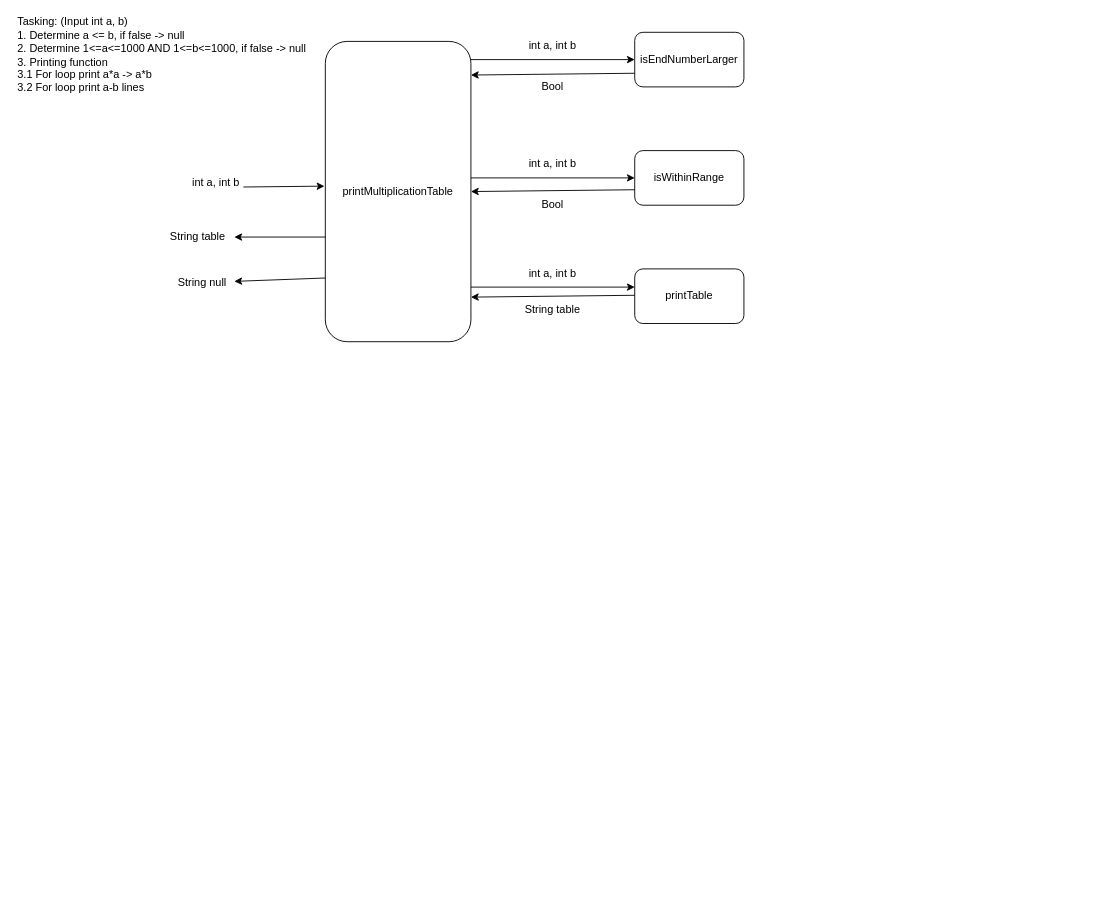
Earlier version of the draw.io diagram n*n.drawio (tommy200401/Java_ConceptMap). Source tidied: cells renumbered, new cells numbered last; positions are measured from the earlier drawing's top-left corner, leaving out a move shared by most shapes. Both pictures are drawn from the tidied source at 91%, with x=0, y=0 at pixel (15, 32).
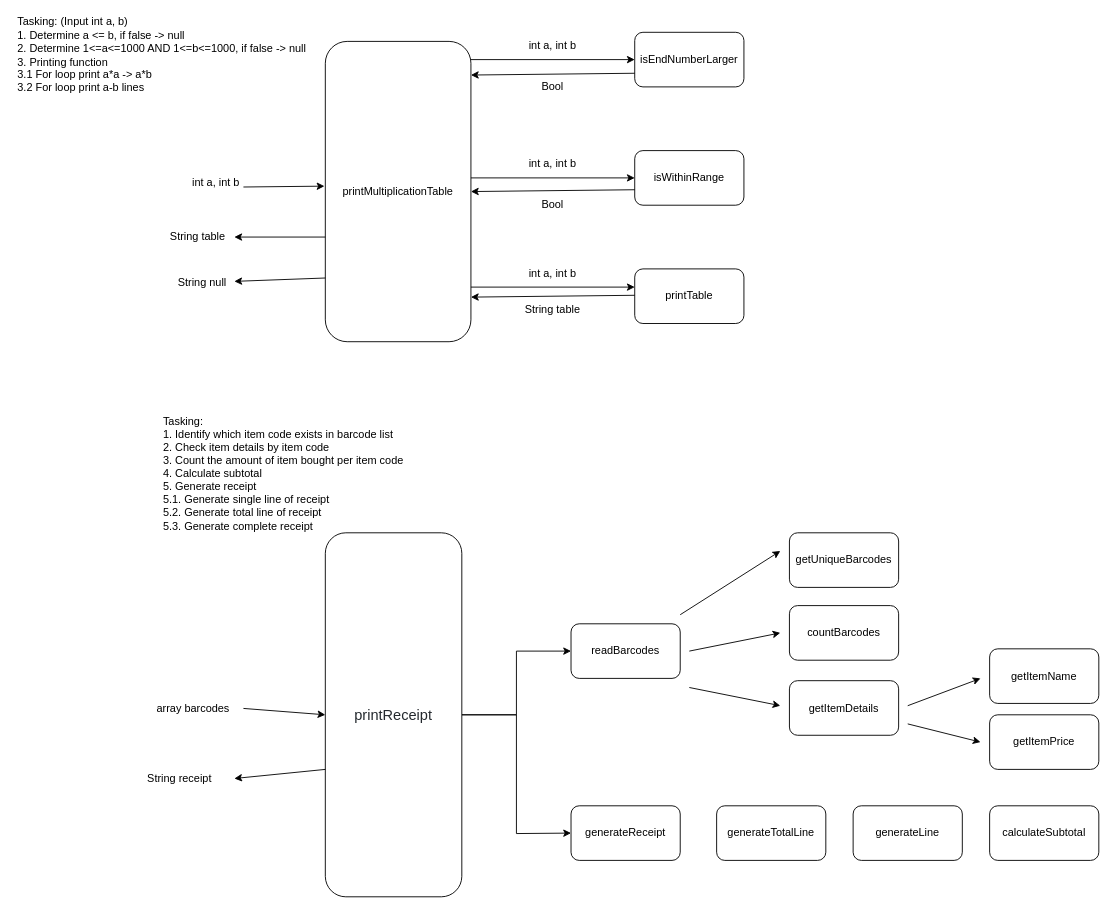
Above is the later version.

What changed in the source:
```diff
@@
+    <mxCell id="25" style="edgeStyle=orthogonalEdgeStyle;rounded=0;jettySize=auto;html=1;entryX=0;entryY=0.5;entryDx=0;entryDy=0;" parent="1" edge="1" source="27" target="31">
+      <mxGeometry relative="1" as="geometry" />
+    </mxCell>
+    <mxCell id="26" style="edgeStyle=orthogonalEdgeStyle;rounded=0;jettySize=auto;html=1;" parent="1" edge="1" source="27">
+      <mxGeometry relative="1" as="geometry">
+        <mxPoint x="610" y="880" as="targetPoint" />
+      </mxGeometry>
+    </mxCell>
+    <mxCell id="27" value="&lt;span style=&quot;color: rgb(36 , 41 , 46) ; font-family: , , &amp;#34;segoe ui&amp;#34; , &amp;#34;helvetica&amp;#34; , &amp;#34;arial&amp;#34; , sans-serif , &amp;#34;apple color emoji&amp;#34; , &amp;#34;segoe ui emoji&amp;#34; , &amp;#34;segoe ui symbol&amp;#34; ; font-size: 16px ; background-color: rgb(255 , 255 , 255)&quot;&gt;printReceipt&lt;/span&gt;" style="rounded=1;whiteSpace=wrap;html=1;align=center;" parent="1" vertex="1">
+      <mxGeometry x="340" y="550" width="150" height="400" as="geometry" />
+    </mxCell>
+    <mxCell id="28" style="endArrow=classic;html=1;rounded=0;entryX=0;entryY=0.5;entryDx=0;entryDy=0;" parent="1" edge="1" target="27">
+      <mxGeometry relative="1" as="geometry">
+        <mxPoint x="250" y="743" as="sourcePoint" />
+      </mxGeometry>
+    </mxCell>
+    <mxCell id="29" value="array barcodes" style="text;html=1;strokeColor=none;fillColor=none;align=center;verticalAlign=middle;whiteSpace=wrap;rounded=0;" parent="1" vertex="1">
+      <mxGeometry x="150" y="727.5" width="90" height="30" as="geometry" />
+    </mxCell>
+    <mxCell id="30" value="Tasking:&lt;br&gt;1. Identify which item code exists in barcode list&lt;br&gt;2. Check item details by item code&lt;br&gt;3. Count the amount of item bought per item code&lt;br&gt;4. Calculate subtotal&lt;br&gt;5. Generate receipt&lt;br&gt;5.1. Generate single line of receipt&lt;br&gt;5.2. Generate total line of receipt&lt;br&gt;5.3. Generate complete receipt" style="text;html=1;strokeColor=none;fillColor=none;align=left;verticalAlign=middle;whiteSpace=wrap;rounded=0;" parent="1" vertex="1">
+      <mxGeometry x="160" y="470" width="310" height="30" as="geometry" />
+    </mxCell>
+    <mxCell id="31" value="readBarcodes" style="rounded=1;whiteSpace=wrap;html=1;align=center;" parent="1" vertex="1">
+      <mxGeometry x="610" y="650" width="120" height="60" as="geometry" />
+    </mxCell>
+    <mxCell id="32" value="getItemDetails" style="rounded=1;whiteSpace=wrap;html=1;align=center;" parent="1" vertex="1">
+      <mxGeometry x="850" y="712.5" width="120" height="60" as="geometry" />
+    </mxCell>
+    <mxCell id="33" value="getItemName" style="rounded=1;whiteSpace=wrap;html=1;align=center;" parent="1" vertex="1">
+      <mxGeometry x="1070" y="677.5" width="120" height="60" as="geometry" />
+    </mxCell>
+    <mxCell id="34" value="getItemPrice" style="rounded=1;whiteSpace=wrap;html=1;align=center;" parent="1" vertex="1">
+      <mxGeometry x="1070" y="750" width="120" height="60" as="geometry" />
+    </mxCell>
+    <mxCell id="35" value="countBarcodes" style="rounded=1;whiteSpace=wrap;html=1;align=center;" parent="1" vertex="1">
+      <mxGeometry x="850" y="630" width="120" height="60" as="geometry" />
+    </mxCell>
+    <mxCell id="36" value="calculateSubtotal" style="rounded=1;whiteSpace=wrap;html=1;align=center;" parent="1" vertex="1">
+      <mxGeometry x="1070" y="850" width="120" height="60" as="geometry" />
+    </mxCell>
+    <mxCell id="37" value="generateReceipt" style="rounded=1;whiteSpace=wrap;html=1;align=center;" parent="1" vertex="1">
+      <mxGeometry x="610" y="850" width="120" height="60" as="geometry" />
+    </mxCell>
+    <mxCell id="38" value="generateTotalLine" style="rounded=1;whiteSpace=wrap;html=1;align=center;" parent="1" vertex="1">
+      <mxGeometry x="770" y="850" width="120" height="60" as="geometry" />
+    </mxCell>
+    <mxCell id="39" value="generateLine" style="rounded=1;whiteSpace=wrap;html=1;align=center;" parent="1" vertex="1">
+      <mxGeometry x="920" y="850" width="120" height="60" as="geometry" />
+    </mxCell>
+    <mxCell id="40" style="endArrow=classic;html=1;rounded=0;" parent="1" edge="1">
+      <mxGeometry relative="1" as="geometry">
+        <mxPoint x="340" y="810" as="sourcePoint" />
+        <mxPoint x="240" y="820" as="targetPoint" />
+      </mxGeometry>
+    </mxCell>
+    <mxCell id="41" value="String receipt" style="text;html=1;strokeColor=none;fillColor=none;align=center;verticalAlign=middle;whiteSpace=wrap;rounded=0;" parent="1" vertex="1">
+      <mxGeometry x="140" y="810" width="80" height="20" as="geometry" />
+    </mxCell>
+    <mxCell id="42" value="getUniqueBarcodes" style="rounded=1;whiteSpace=wrap;html=1;align=center;" parent="1" vertex="1">
+      <mxGeometry x="850" y="550" width="120" height="60" as="geometry" />
+    </mxCell>
+    <mxCell id="43" style="endArrow=classic;html=1;rounded=0;" parent="1" edge="1">
+      <mxGeometry relative="1" as="geometry">
+        <mxPoint x="730" y="640" as="sourcePoint" />
+        <mxPoint x="840" y="570" as="targetPoint" />
+      </mxGeometry>
+    </mxCell>
+    <mxCell id="44" style="endArrow=classic;html=1;rounded=0;" parent="1" edge="1">
+      <mxGeometry relative="1" as="geometry">
+        <mxPoint x="740" y="680" as="sourcePoint" />
+        <mxPoint x="840" y="660" as="targetPoint" />
+      </mxGeometry>
+    </mxCell>
+    <mxCell id="45" style="endArrow=classic;html=1;rounded=0;" parent="1" edge="1">
+      <mxGeometry relative="1" as="geometry">
+        <mxPoint x="740" y="720" as="sourcePoint" />
+        <mxPoint x="840" y="740" as="targetPoint" />
+      </mxGeometry>
+    </mxCell>
+    <mxCell id="46" style="endArrow=classic;html=1;rounded=0;" parent="1" edge="1">
+      <mxGeometry relative="1" as="geometry">
+        <mxPoint x="980" y="740" as="sourcePoint" />
+        <mxPoint x="1060" y="710" as="targetPoint" />
+      </mxGeometry>
+    </mxCell>
+    <mxCell id="47" style="endArrow=classic;html=1;rounded=0;" parent="1" edge="1">
+      <mxGeometry relative="1" as="geometry">
+        <mxPoint x="980" y="760" as="sourcePoint" />
+        <mxPoint x="1060" y="780" as="targetPoint" />
+      </mxGeometry>
+    </mxCell>
```
